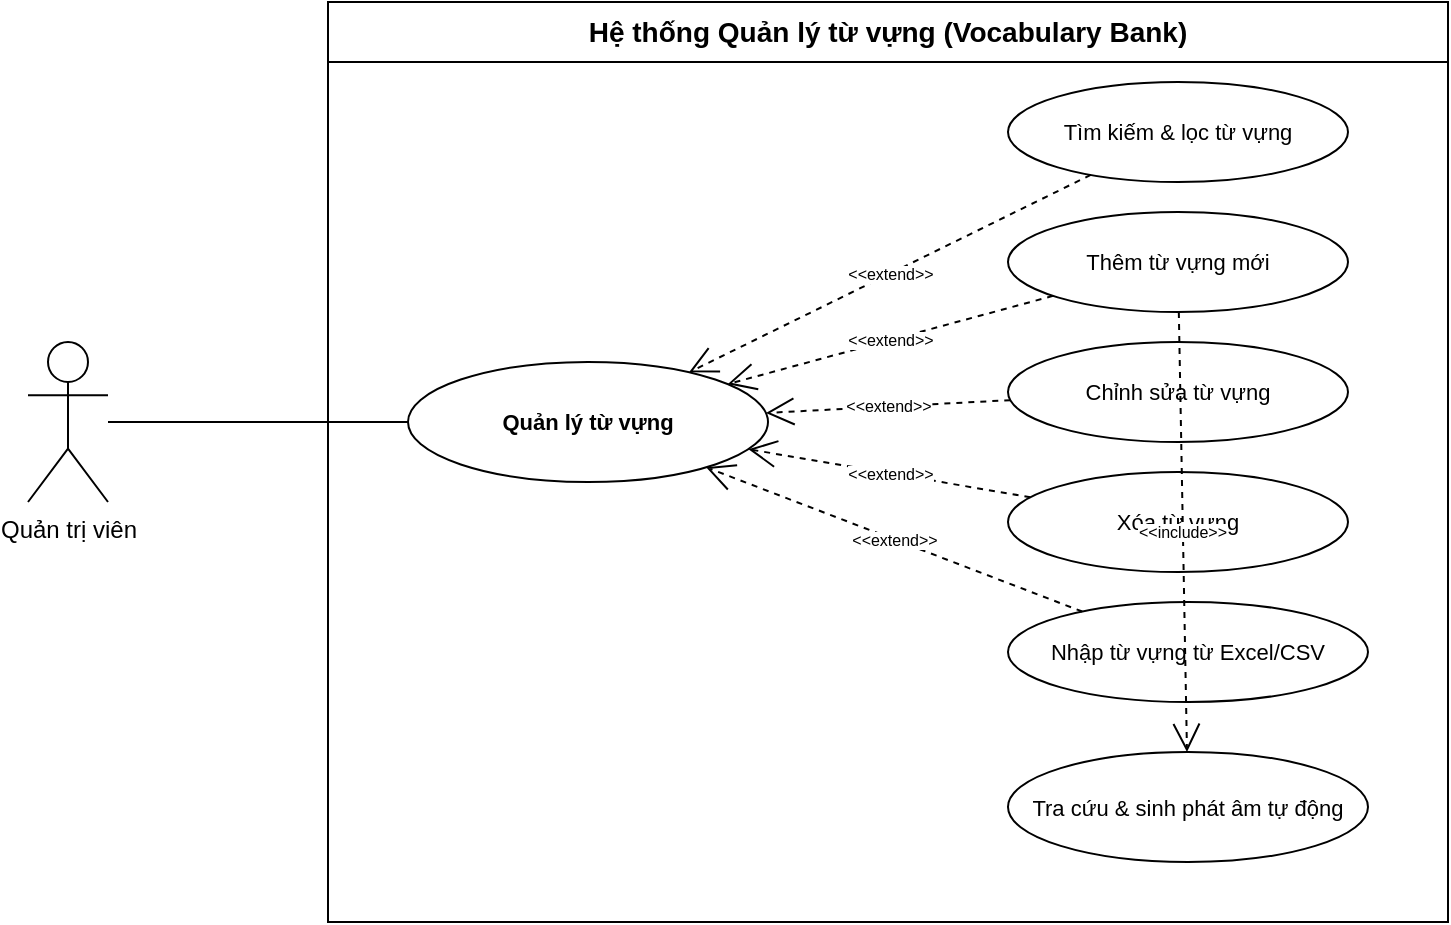
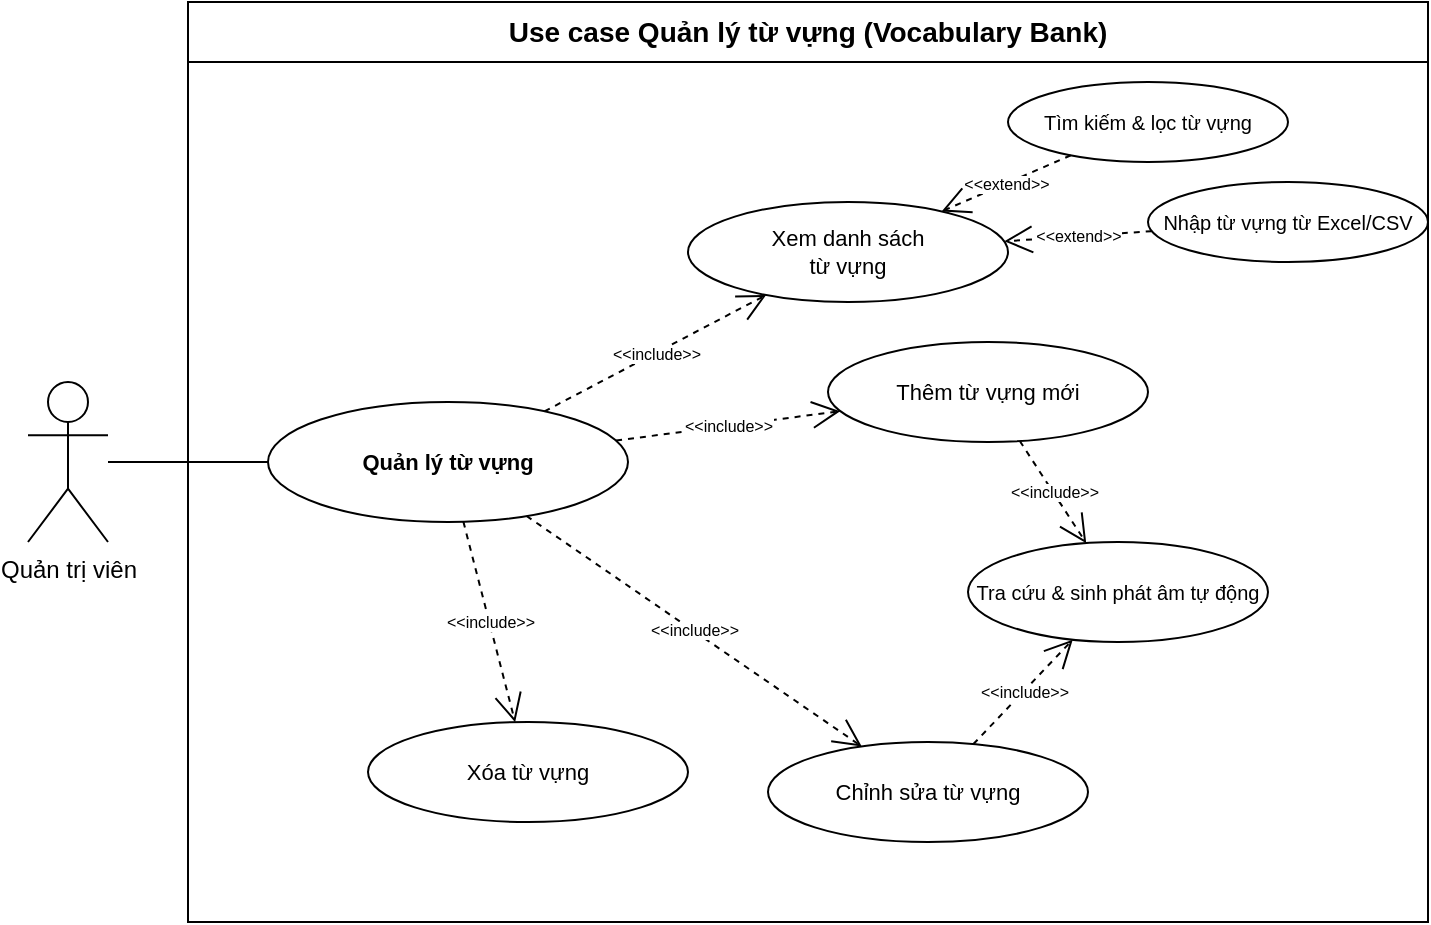
<mxfile host="65bd71144e">
    <diagram id="ql_tu_vung_usecase" name="Use Case Quản Lý Từ Vựng">
-         <mxGraphModel dx="894" dy="709" grid="1" gridSize="10" guides="1" tooltips="1" connect="1" arrows="1" fold="1" page="1" pageScale="1" pageWidth="1100" pageHeight="700" math="0" shadow="0">
+         <mxGraphModel dx="638" dy="768" grid="1" gridSize="10" guides="1" tooltips="1" connect="1" arrows="1" fold="1" page="1" pageScale="1" pageWidth="1100" pageHeight="700" math="0" shadow="0">
            <root>
                <mxCell id="0"/>
                <mxCell id="1" parent="0"/>
- 
-                 <!-- System Boundary -->
-                 <mxCell id="System" value="Hệ thống Quản lý từ vựng (Vocabulary Bank)" style="swimlane;whiteSpace=wrap;html=1;startSize=30;fillColor=none;strokeColor=#000000;fontSize=14;fontStyle=1;" parent="1" vertex="1">
-                     <mxGeometry x="250" y="50" width="560" height="460" as="geometry"/>
+                 <mxCell id="System" value="Use case Quản lý từ vựng (Vocabulary Bank)" style="swimlane;whiteSpace=wrap;html=1;startSize=30;fillColor=none;strokeColor=#000000;fontSize=14;fontStyle=1;" parent="1" vertex="1">
+                     <mxGeometry x="250" y="50" width="620" height="460" as="geometry"/>
                </mxCell>
- 
-                 <!-- Use Cases -->
-                 <mxCell id="UC_QLTuVung" value="Quản lý từ vựng" style="ellipse;whiteSpace=wrap;html=1;fontSize=11;fillColor=none;strokeColor=#000000;fontStyle=1;" parent="System" vertex="1">
-                     <mxGeometry x="40" y="180" width="180" height="60" as="geometry"/>
+                 <mxCell id="UC_QLTuVungMain" value="Quản lý từ vựng" style="ellipse;whiteSpace=wrap;html=1;fontSize=11;fillColor=none;strokeColor=#000000;fontStyle=1;" parent="System" vertex="1">
+                     <mxGeometry x="40" y="200" width="180" height="60" as="geometry"/>
                </mxCell>
-                 <mxCell id="UC_TimKiemTV" value="Tìm kiếm &amp;amp; lọc từ vựng" style="ellipse;whiteSpace=wrap;html=1;fontSize=11;fillColor=none;strokeColor=#000000;" parent="System" vertex="1">
-                     <mxGeometry x="340" y="40" width="170" height="50" as="geometry"/>
+                 <mxCell id="UC_XemDanhSachTV" value="Xem danh sách&#xa;từ vựng" style="ellipse;whiteSpace=wrap;html=1;fontSize=11;fillColor=none;strokeColor=#000000;" parent="System" vertex="1">
+                     <mxGeometry x="250" y="100" width="160" height="50" as="geometry"/>
                </mxCell>
                <mxCell id="UC_ThemTuVung" value="Thêm từ vựng mới" style="ellipse;whiteSpace=wrap;html=1;fontSize=11;fillColor=none;strokeColor=#000000;" parent="System" vertex="1">
-                     <mxGeometry x="340" y="105" width="170" height="50" as="geometry"/>
+                     <mxGeometry x="320" y="170" width="160" height="50" as="geometry"/>
                </mxCell>
                <mxCell id="UC_SuaTuVung" value="Chỉnh sửa từ vựng" style="ellipse;whiteSpace=wrap;html=1;fontSize=11;fillColor=none;strokeColor=#000000;" parent="System" vertex="1">
-                     <mxGeometry x="340" y="170" width="170" height="50" as="geometry"/>
+                     <mxGeometry x="290" y="370" width="160" height="50" as="geometry"/>
                </mxCell>
                <mxCell id="UC_XoaTuVung" value="Xóa từ vựng" style="ellipse;whiteSpace=wrap;html=1;fontSize=11;fillColor=none;strokeColor=#000000;" parent="System" vertex="1">
-                     <mxGeometry x="340" y="235" width="170" height="50" as="geometry"/>
+                     <mxGeometry x="90" y="360" width="160" height="50" as="geometry"/>
                </mxCell>
-                 <mxCell id="UC_NhapExcel" value="Nhập từ vựng từ Excel/CSV" style="ellipse;whiteSpace=wrap;html=1;fontSize=11;fillColor=none;strokeColor=#000000;" parent="System" vertex="1">
-                     <mxGeometry x="340" y="300" width="180" height="50" as="geometry"/>
+                 <mxCell id="UC_TimKiemTV" value="Tìm kiếm &amp;amp; lọc từ vựng" style="ellipse;whiteSpace=wrap;html=1;fontSize=10;fillColor=none;strokeColor=#000000;" parent="System" vertex="1">
+                     <mxGeometry x="410" y="40" width="140" height="40" as="geometry"/>
                </mxCell>
-                 <mxCell id="UC_PhatAmIPA" value="Tra cứu &amp;amp; sinh phát âm tự động" style="ellipse;whiteSpace=wrap;html=1;fontSize=11;fillColor=none;strokeColor=#000000;" parent="System" vertex="1">
-                     <mxGeometry x="340" y="375" width="180" height="55" as="geometry"/>
+                 <mxCell id="UC_NhapExcel" value="Nhập từ vựng từ Excel/CSV" style="ellipse;whiteSpace=wrap;html=1;fontSize=10;fillColor=none;strokeColor=#000000;" parent="System" vertex="1">
+                     <mxGeometry x="480" y="90" width="140" height="40" as="geometry"/>
                </mxCell>
- 
-                 <!-- Relationships -->
-                 <mxCell id="Rel_Ext_TimKiemTV" value="&amp;lt;&amp;lt;extend&amp;gt;&amp;gt;" style="dashed=1;html=1;endArrow=open;endSize=12;endFill=0;labelBackgroundColor=#ffffff;fontSize=8;" parent="System" source="UC_TimKiemTV" target="UC_QLTuVung" edge="1">
+                 <mxCell id="UC_PhatAmIPA" value="Tra cứu &amp;amp; sinh phát âm tự động" style="ellipse;whiteSpace=wrap;html=1;fontSize=10;fillColor=none;strokeColor=#000000;" parent="System" vertex="1">
+                     <mxGeometry x="390" y="270" width="150" height="50" as="geometry"/>
+                 </mxCell>
+                 <mxCell id="Rel_Inc_XemDanhSachTV" value="&amp;lt;&amp;lt;include&amp;gt;&amp;gt;" style="dashed=1;html=1;endArrow=open;endSize=12;endFill=0;labelBackgroundColor=#ffffff;fontSize=8;" parent="System" source="UC_QLTuVungMain" target="UC_XemDanhSachTV" edge="1">
                    <mxGeometry relative="1" as="geometry"/>
                </mxCell>
-                 <mxCell id="Rel_Ext_ThemTV" value="&amp;lt;&amp;lt;extend&amp;gt;&amp;gt;" style="dashed=1;html=1;endArrow=open;endSize=12;endFill=0;labelBackgroundColor=#ffffff;fontSize=8;" parent="System" source="UC_ThemTuVung" target="UC_QLTuVung" edge="1">
+                 <mxCell id="Rel_Inc_ThemTuVung" value="&amp;lt;&amp;lt;include&amp;gt;&amp;gt;" style="dashed=1;html=1;endArrow=open;endSize=12;endFill=0;labelBackgroundColor=#ffffff;fontSize=8;" parent="System" source="UC_QLTuVungMain" target="UC_ThemTuVung" edge="1">
                    <mxGeometry relative="1" as="geometry"/>
                </mxCell>
-                 <mxCell id="Rel_Ext_SuaTV" value="&amp;lt;&amp;lt;extend&amp;gt;&amp;gt;" style="dashed=1;html=1;endArrow=open;endSize=12;endFill=0;labelBackgroundColor=#ffffff;fontSize=8;" parent="System" source="UC_SuaTuVung" target="UC_QLTuVung" edge="1">
+                 <mxCell id="Rel_Inc_SuaTuVung" value="&amp;lt;&amp;lt;include&amp;gt;&amp;gt;" style="dashed=1;html=1;endArrow=open;endSize=12;endFill=0;labelBackgroundColor=#ffffff;fontSize=8;" parent="System" source="UC_QLTuVungMain" target="UC_SuaTuVung" edge="1">
                    <mxGeometry relative="1" as="geometry"/>
                </mxCell>
-                 <mxCell id="Rel_Ext_XoaTV" value="&amp;lt;&amp;lt;extend&amp;gt;&amp;gt;" style="dashed=1;html=1;endArrow=open;endSize=12;endFill=0;labelBackgroundColor=#ffffff;fontSize=8;" parent="System" source="UC_XoaTuVung" target="UC_QLTuVung" edge="1">
+                 <mxCell id="Rel_Inc_XoaTuVung" value="&amp;lt;&amp;lt;include&amp;gt;&amp;gt;" style="dashed=1;html=1;endArrow=open;endSize=12;endFill=0;labelBackgroundColor=#ffffff;fontSize=8;" parent="System" source="UC_QLTuVungMain" target="UC_XoaTuVung" edge="1">
                    <mxGeometry relative="1" as="geometry"/>
                </mxCell>
-                 <mxCell id="Rel_Ext_NhapExcel" value="&amp;lt;&amp;lt;extend&amp;gt;&amp;gt;" style="dashed=1;html=1;endArrow=open;endSize=12;endFill=0;labelBackgroundColor=#ffffff;fontSize=8;" parent="System" source="UC_NhapExcel" target="UC_QLTuVung" edge="1">
+                 <mxCell id="Rel_Ext_TimKiemTV" value="&amp;lt;&amp;lt;extend&amp;gt;&amp;gt;" style="dashed=1;html=1;endArrow=open;endSize=12;endFill=0;labelBackgroundColor=#ffffff;fontSize=8;" parent="System" source="UC_TimKiemTV" target="UC_XemDanhSachTV" edge="1">
                    <mxGeometry relative="1" as="geometry"/>
                </mxCell>
-                 <mxCell id="Rel_Inc_PhatAm" value="&amp;lt;&amp;lt;include&amp;gt;&amp;gt;" style="dashed=1;html=1;endArrow=open;endSize=12;endFill=0;labelBackgroundColor=#ffffff;fontSize=8;" parent="System" source="UC_ThemTuVung" target="UC_PhatAmIPA" edge="1">
+                 <mxCell id="Rel_Ext_NhapExcel" value="&amp;lt;&amp;lt;extend&amp;gt;&amp;gt;" style="dashed=1;html=1;endArrow=open;endSize=12;endFill=0;labelBackgroundColor=#ffffff;fontSize=8;" parent="System" source="UC_NhapExcel" target="UC_XemDanhSachTV" edge="1">
                    <mxGeometry relative="1" as="geometry"/>
                </mxCell>
- 
-                 <!-- Actor: Admin -->
+                 <mxCell id="Rel_Inc_PhatAmThem" value="&amp;lt;&amp;lt;include&amp;gt;&amp;gt;" style="dashed=1;html=1;endArrow=open;endSize=12;endFill=0;labelBackgroundColor=#ffffff;fontSize=8;" parent="System" source="UC_ThemTuVung" target="UC_PhatAmIPA" edge="1">
+                     <mxGeometry relative="1" as="geometry"/>
+                 </mxCell>
+                 <mxCell id="Rel_Inc_PhatAmSua" value="&amp;lt;&amp;lt;include&amp;gt;&amp;gt;" style="dashed=1;html=1;endArrow=open;endSize=12;endFill=0;labelBackgroundColor=#ffffff;fontSize=8;" parent="System" source="UC_SuaTuVung" target="UC_PhatAmIPA" edge="1">
+                     <mxGeometry relative="1" as="geometry"/>
+                 </mxCell>
                <mxCell id="Actor_Admin" value="Quản trị viên" style="shape=umlActor;verticalLabelPosition=bottom;verticalAlign=top;html=1;outlineConnect=0;fontSize=12;" parent="1" vertex="1">
-                     <mxGeometry x="100" y="220" width="40" height="80" as="geometry"/>
+                     <mxGeometry x="170" y="240" width="40" height="80" as="geometry"/>
                </mxCell>
- 
-                 <!-- Actor Connections -->
-                 <mxCell id="Rel_Actor_QLTV" style="endArrow=none;html=1;fontSize=12;" parent="1" source="Actor_Admin" target="UC_QLTuVung" edge="1">
+                 <mxCell id="Rel_Actor_Main" style="endArrow=none;html=1;fontSize=12;" parent="1" source="Actor_Admin" target="UC_QLTuVungMain" edge="1">
                    <mxGeometry relative="1" as="geometry"/>
                </mxCell>
            </root>
        </mxGraphModel>
    </diagram>
- </mxfile>
+ </mxfile>